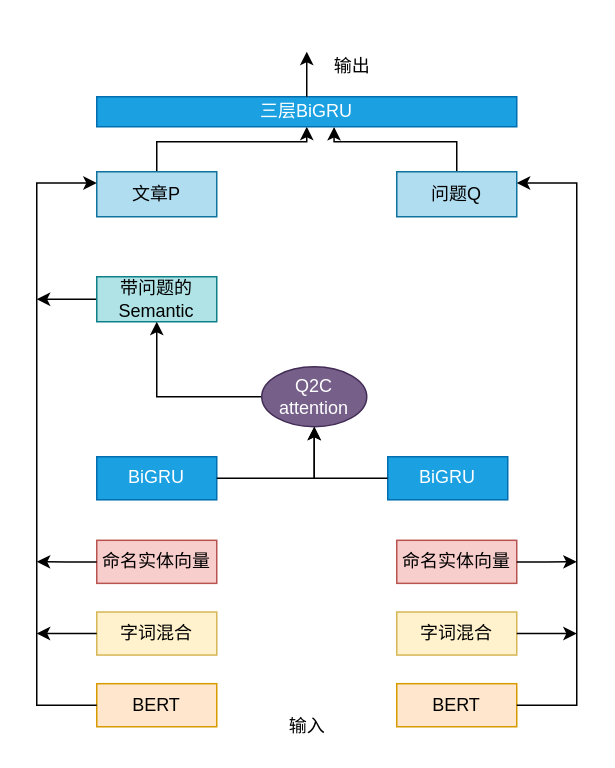
Before: page "第 5 页" (5 of 12) of 未命名绘图.drawio in DOLO520/data-analysis, a draw.io diagram. Source tidied: cells renumbered, new cells numbered last; positions are measured from the earlier drawing's top-left corner, leaving out a move shared by most shapes. Both pictures are drawn from the tidied source at 150%, with x=0, y=0 at pixel (36, 51).
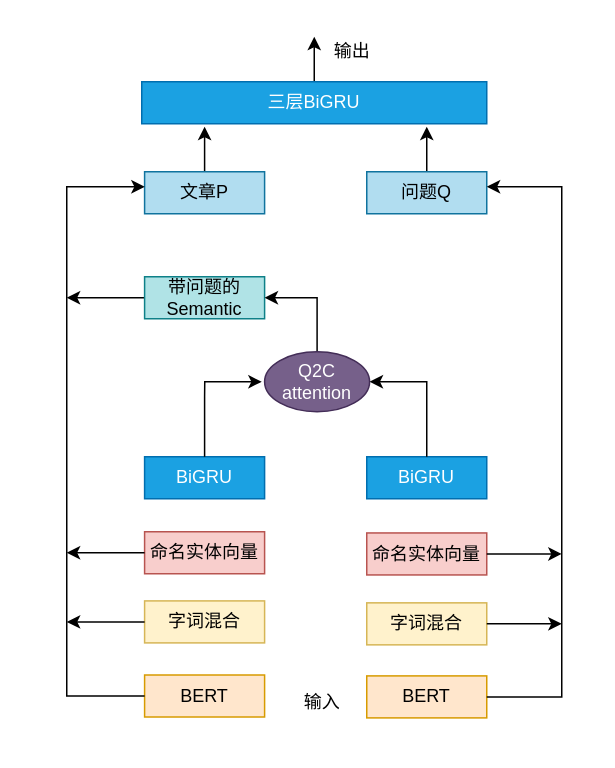
The same page after the edit.

Diff of the diagram source:
```diff
@@
     <mxCell id="2" style="group;" parent="1" vertex="1">
-      <mxGeometry x="40" y="230" width="80" height="220" as="geometry" />
+      <mxGeometry x="61.9" y="226.1" width="90" height="217.4" as="geometry" />
     </mxCell>
-    <mxCell id="3" value="BERT" style="rounded=0;whiteSpace=wrap;html=1;fillColor=#ffe6cc;strokeColor=#d79b00;" parent="2" vertex="1">
-      <mxGeometry y="191.3" width="80" height="28.7" as="geometry" />
-    </mxCell>
     <mxCell id="4" value="字词混合" style="rounded=0;whiteSpace=wrap;html=1;fillColor=#fff2cc;strokeColor=#d6b656;" parent="2" vertex="1">
-      <mxGeometry y="143.5" width="80" height="28.7" as="geometry" />
+      <mxGeometry x="10" y="140" width="80" height="28" as="geometry" />
     </mxCell>
     <mxCell id="5" value="命名实体向量" style="rounded=0;whiteSpace=wrap;html=1;fillColor=#f8cecc;strokeColor=#b85450;" parent="2" vertex="1">
-      <mxGeometry y="95.7" width="80" height="28.7" as="geometry" />
+      <mxGeometry x="10" y="93.9" width="80" height="28" as="geometry" />
     </mxCell>
     <mxCell id="6" value="BiGRU" style="rounded=0;whiteSpace=wrap;html=1;fillColor=#1ba1e2;strokeColor=#006EAF;fontColor=#ffffff;" parent="2" vertex="1">
-      <mxGeometry y="40" width="80" height="28.7" as="geometry" />
+      <mxGeometry x="10" y="43.9" width="80" height="28" as="geometry" />
     </mxCell>
+    <mxCell id="3" value="BERT" style="rounded=0;whiteSpace=wrap;html=1;fillColor=#ffe6cc;strokeColor=#d79b00;" parent="2" vertex="1">
+      <mxGeometry x="10" y="189.4" width="80" height="28" as="geometry" />
+    </mxCell>
     <mxCell id="7" style="group;" parent="1" vertex="1">
-      <mxGeometry x="240" y="230" width="80" height="220" as="geometry" />
+      <mxGeometry x="220" y="224.8" width="80" height="220" as="geometry" />
     </mxCell>
     <mxCell id="8" value="BERT" style="rounded=0;whiteSpace=wrap;html=1;fillColor=#ffe6cc;strokeColor=#d79b00;" parent="7" vertex="1">
-      <mxGeometry y="191.3" width="80" height="28.7" as="geometry" />
+      <mxGeometry y="191.3" width="80" height="28" as="geometry" />
     </mxCell>
-    <mxCell id="9" value="字词混合" style="rounded=0;whiteSpace=wrap;html=1;fillColor=#fff2cc;strokeColor=#d6b656;" parent="7" vertex="1">
-      <mxGeometry y="143.5" width="80" height="28.7" as="geometry" />
-    </mxCell>
     <mxCell id="10" value="命名实体向量" style="rounded=0;whiteSpace=wrap;html=1;fillColor=#f8cecc;strokeColor=#b85450;" parent="7" vertex="1">
-      <mxGeometry y="95.7" width="80" height="28.7" as="geometry" />
+      <mxGeometry y="96" width="80" height="28" as="geometry" />
     </mxCell>
     <mxCell id="11" value="BiGRU" style="rounded=0;whiteSpace=wrap;html=1;fillColor=#1ba1e2;strokeColor=#006EAF;fontColor=#ffffff;" parent="7" vertex="1">
-      <mxGeometry x="-6" y="40" width="80" height="28.7" as="geometry" />
+      <mxGeometry y="45.2" width="80" height="28" as="geometry" />
     </mxCell>
-    <mxCell id="12" style="edgeStyle=orthogonalEdgeStyle;rounded=0;jettySize=auto;html=1;" parent="1" edge="1" source="13">
-      <mxGeometry relative="1" as="geometry">
-        <mxPoint y="165" as="targetPoint" />
-      </mxGeometry>
-    </mxCell>
+    <mxCell id="9" value="字词混合" style="rounded=0;whiteSpace=wrap;html=1;fillColor=#fff2cc;strokeColor=#d6b656;" parent="7" vertex="1">
+      <mxGeometry y="142.6" width="80" height="28" as="geometry" />
+    </mxCell>
+    <mxCell id="32" style="edgeStyle=orthogonalEdgeStyle;rounded=0;jettySize=auto;html=1;" parent="1" edge="1" source="13">
+      <mxGeometry relative="1" as="geometry">
+        <mxPoint x="20" y="164" as="targetPoint" />
+      </mxGeometry>
+    </mxCell>
     <mxCell id="13" value="带问题的Semantic" style="rounded=0;whiteSpace=wrap;html=1;fillColor=#b0e3e6;strokeColor=#0e8088;" parent="1" vertex="1">
-      <mxGeometry x="40" y="150" width="80" height="30" as="geometry" />
+      <mxGeometry x="71.9" y="150" width="80" height="28" as="geometry" />
     </mxCell>
-    <mxCell id="14" style="edgeStyle=orthogonalEdgeStyle;rounded=0;jettySize=auto;html=1;" parent="1" edge="1" source="15" target="20">
-      <mxGeometry relative="1" as="geometry">
-        <Array as="points">
-          <mxPoint x="80" y="60" />
-          <mxPoint x="180" y="60" />
-        </Array>
-      </mxGeometry>
-    </mxCell>
+    <mxCell id="33" style="edgeStyle=orthogonalEdgeStyle;rounded=0;jettySize=auto;html=1;" parent="1" edge="1" source="15">
+      <mxGeometry relative="1" as="geometry">
+        <mxPoint x="111.9" y="50" as="targetPoint" />
+      </mxGeometry>
+    </mxCell>
     <mxCell id="15" value="文章P" style="rounded=0;whiteSpace=wrap;html=1;fillColor=#b1ddf0;strokeColor=#10739e;" parent="1" vertex="1">
-      <mxGeometry x="40" y="80" width="80" height="30" as="geometry" />
+      <mxGeometry x="71.9" y="80" width="80" height="28" as="geometry" />
     </mxCell>
-    <mxCell id="16" style="edgeStyle=orthogonalEdgeStyle;rounded=0;jettySize=auto;html=1;" parent="1" edge="1" source="17" target="13">
+    <mxCell id="16" style="edgeStyle=orthogonalEdgeStyle;rounded=0;jettySize=auto;html=1;entryX=1;entryY=0.5;entryDx=0;entryDy=0;" parent="1" edge="1" source="17" target="13">
       <mxGeometry relative="1" as="geometry" />
     </mxCell>
     <mxCell id="17" value="Q2C attention" style="ellipse;whiteSpace=wrap;html=1;fillColor=#76608a;strokeColor=#432D57;fontColor=#ffffff;" parent="1" vertex="1">
-      <mxGeometry x="150" y="210" width="70" height="40" as="geometry" />
+      <mxGeometry x="151.9" y="200" width="70" height="40" as="geometry" />
     </mxCell>
-    <mxCell id="18" style="edgeStyle=orthogonalEdgeStyle;rounded=0;jettySize=auto;html=1;entryX=0.565;entryY=1.006;entryDx=0;entryDy=0;entryPerimeter=0;" parent="1" edge="1" source="19" target="20">
-      <mxGeometry relative="1" as="geometry">
-        <Array as="points">
-          <mxPoint x="280" y="60" />
-          <mxPoint x="198" y="60" />
-        </Array>
-      </mxGeometry>
-    </mxCell>
+    <mxCell id="34" style="edgeStyle=orthogonalEdgeStyle;rounded=0;jettySize=auto;html=1;" parent="1" edge="1" source="19">
+      <mxGeometry relative="1" as="geometry">
+        <mxPoint x="260" y="50" as="targetPoint" />
+      </mxGeometry>
+    </mxCell>
     <mxCell id="19" value="问题Q" style="rounded=0;whiteSpace=wrap;html=1;fillColor=#b1ddf0;strokeColor=#10739e;" parent="1" vertex="1">
-      <mxGeometry x="240" y="80" width="80" height="30" as="geometry" />
+      <mxGeometry x="220" y="80" width="80" height="28" as="geometry" />
     </mxCell>
+    <mxCell id="35" style="edgeStyle=orthogonalEdgeStyle;rounded=0;jettySize=auto;html=1;" parent="1" edge="1" source="20">
+      <mxGeometry relative="1" as="geometry">
+        <mxPoint x="185" y="-10" as="targetPoint" />
+      </mxGeometry>
+    </mxCell>
     <mxCell id="20" value="三层BiGRU" style="rounded=0;whiteSpace=wrap;html=1;fillColor=#1ba1e2;strokeColor=#006EAF;fontColor=#ffffff;" parent="1" vertex="1">
-      <mxGeometry x="40" y="30" width="280" height="20" as="geometry" />
+      <mxGeometry x="70" y="20" width="230" height="28" as="geometry" />
     </mxCell>
-    <mxCell id="21" style="edgeStyle=orthogonalEdgeStyle;rounded=0;jettySize=auto;html=1;" parent="1" edge="1" source="6" target="17">
-      <mxGeometry relative="1" as="geometry" />
-    </mxCell>
-    <mxCell id="22" style="edgeStyle=orthogonalEdgeStyle;rounded=0;jettySize=auto;html=1;entryX=0.5;entryY=1;entryDx=0;entryDy=0;" parent="1" edge="1" source="11" target="17">
-      <mxGeometry relative="1" as="geometry" />
-    </mxCell>
-    <mxCell id="23" style="edgeStyle=orthogonalEdgeStyle;rounded=0;jettySize=auto;html=1;entryX=0;entryY=0.25;entryDx=0;entryDy=0;" parent="1" edge="1" source="3" target="15">
-      <mxGeometry relative="1" as="geometry">
-        <Array as="points">
-          <mxPoint y="436" />
-          <mxPoint y="88" />
-        </Array>
-      </mxGeometry>
-    </mxCell>
-    <mxCell id="24" style="edgeStyle=orthogonalEdgeStyle;rounded=0;jettySize=auto;html=1;" parent="1" edge="1" source="4">
-      <mxGeometry relative="1" as="geometry">
-        <mxPoint y="387.8" as="targetPoint" />
-      </mxGeometry>
-    </mxCell>
-    <mxCell id="25" style="edgeStyle=orthogonalEdgeStyle;rounded=0;jettySize=auto;html=1;" parent="1" edge="1" source="5">
-      <mxGeometry relative="1" as="geometry">
-        <mxPoint y="340" as="targetPoint" />
-      </mxGeometry>
-    </mxCell>
-    <mxCell id="26" style="endArrow=classic;html=1;exitX=0.5;exitY=0;exitDx=0;exitDy=0;" parent="1" edge="1" source="20">
-      <mxGeometry relative="1" as="geometry">
-        <mxPoint x="180" as="targetPoint" />
-      </mxGeometry>
-    </mxCell>
     <mxCell id="27" value="输出" style="text;html=1;align=center;verticalAlign=middle;" parent="1" vertex="1">
-      <mxGeometry x="190" width="40" height="20" as="geometry" />
+      <mxGeometry x="190" y="-10" width="40" height="20" as="geometry" />
     </mxCell>
     <mxCell id="28" value="输入" style="text;html=1;align=center;verticalAlign=middle;" parent="1" vertex="1">
-      <mxGeometry x="160" y="440" width="40" height="20" as="geometry" />
+      <mxGeometry x="170" y="423.5" width="40" height="20" as="geometry" />
     </mxCell>
-    <mxCell id="29" style="edgeStyle=orthogonalEdgeStyle;rounded=0;jettySize=auto;html=1;entryX=1;entryY=0.25;entryDx=0;entryDy=0;" parent="1" edge="1" source="8" target="19">
-      <mxGeometry relative="1" as="geometry">
-        <Array as="points">
-          <mxPoint x="360" y="435.7" />
-          <mxPoint x="360" y="88" />
-        </Array>
-      </mxGeometry>
-    </mxCell>
-    <mxCell id="30" style="edgeStyle=orthogonalEdgeStyle;rounded=0;jettySize=auto;html=1;" parent="1" edge="1" source="9">
-      <mxGeometry relative="1" as="geometry">
-        <mxPoint x="360" y="387.8" as="targetPoint" />
-      </mxGeometry>
-    </mxCell>
-    <mxCell id="31" style="edgeStyle=orthogonalEdgeStyle;rounded=0;jettySize=auto;html=1;" parent="1" edge="1" source="10">
-      <mxGeometry relative="1" as="geometry">
-        <mxPoint x="360" y="340" as="targetPoint" />
-      </mxGeometry>
-    </mxCell>
+    <mxCell id="36" style="edgeStyle=orthogonalEdgeStyle;rounded=0;jettySize=auto;html=1;" parent="1" edge="1" source="6">
+      <mxGeometry relative="1" as="geometry">
+        <mxPoint x="150" y="220" as="targetPoint" />
+        <Array as="points">
+          <mxPoint x="112" y="230" />
+          <mxPoint x="112" y="230" />
+        </Array>
+      </mxGeometry>
+    </mxCell>
+    <mxCell id="22" style="edgeStyle=orthogonalEdgeStyle;rounded=0;jettySize=auto;html=1;entryX=1;entryY=0.5;entryDx=0;entryDy=0;" parent="1" edge="1" source="11" target="17">
+      <mxGeometry relative="1" as="geometry">
+        <Array as="points">
+          <mxPoint x="260" y="220" />
+        </Array>
+      </mxGeometry>
+    </mxCell>
+    <mxCell id="37" style="edgeStyle=orthogonalEdgeStyle;rounded=0;jettySize=auto;html=1;" parent="1" edge="1" source="3">
+      <mxGeometry relative="1" as="geometry">
+        <mxPoint x="72" y="90" as="targetPoint" />
+        <Array as="points">
+          <mxPoint x="20" y="430" />
+        </Array>
+      </mxGeometry>
+    </mxCell>
+    <mxCell id="38" style="edgeStyle=orthogonalEdgeStyle;rounded=0;jettySize=auto;html=1;exitX=1;exitY=0.5;exitDx=0;exitDy=0;" parent="1" edge="1" source="8">
+      <mxGeometry relative="1" as="geometry">
+        <mxPoint x="300" y="90" as="targetPoint" />
+        <Array as="points">
+          <mxPoint x="350" y="430" />
+        </Array>
+      </mxGeometry>
+    </mxCell>
+    <mxCell id="39" style="edgeStyle=orthogonalEdgeStyle;rounded=0;jettySize=auto;html=1;" parent="1" edge="1" source="4">
+      <mxGeometry relative="1" as="geometry">
+        <mxPoint x="20" y="380.1" as="targetPoint" />
+      </mxGeometry>
+    </mxCell>
+    <mxCell id="40" style="edgeStyle=orthogonalEdgeStyle;rounded=0;jettySize=auto;html=1;" parent="1" edge="1" source="9">
+      <mxGeometry relative="1" as="geometry">
+        <mxPoint x="350" y="381.4" as="targetPoint" />
+      </mxGeometry>
+    </mxCell>
+    <mxCell id="41" style="edgeStyle=orthogonalEdgeStyle;rounded=0;jettySize=auto;html=1;" parent="1" edge="1" source="5">
+      <mxGeometry relative="1" as="geometry">
+        <mxPoint x="20" y="334" as="targetPoint" />
+      </mxGeometry>
+    </mxCell>
+    <mxCell id="42" style="edgeStyle=orthogonalEdgeStyle;rounded=0;jettySize=auto;html=1;" parent="1" edge="1" source="10">
+      <mxGeometry relative="1" as="geometry">
+        <mxPoint x="350" y="334.8" as="targetPoint" />
+      </mxGeometry>
+    </mxCell>
```
